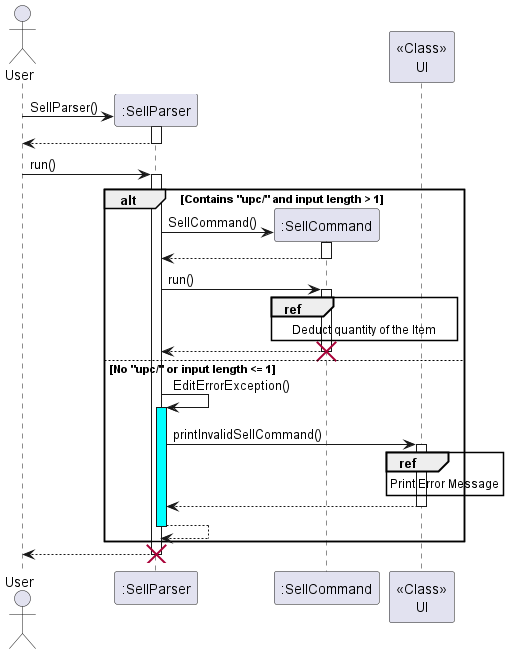
This is docs/UML/Sell/SellParser.png from nus-cs2113-AY2223S2/tp, a PlantUML export, as it was before one commit.
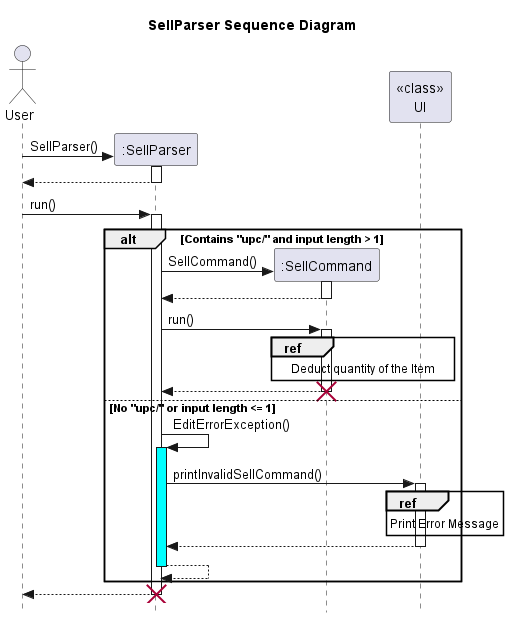
The same file after the commit.

The edit, as a diff of the source:
```diff
@@ -1,5 +1,7 @@
 @startuml
+title SellParser Sequence Diagram
 
+skinparam style strictuml
 actor User
 participant ":SellParser"
 User -> ":SellParser"**:SellParser()
@@ -17,18 +19,18 @@
     deactivate ":SellCommand"
     ":SellParser" -> ":SellCommand":run()
     activate ":SellCommand"
-    ref over ":SellCommand","<<Class>>\nUI": Deduct quantity of the Item
+    ref over ":SellCommand","<<class>>\nUI": Deduct quantity of the Item
     ":SellCommand"-->":SellParser":
     deactivate ":SellCommand"
     destroy ":SellCommand"
 else No "upc/" or input length <= 1
     ":SellParser"->":SellParser": EditErrorException()
     activate ":SellParser" #Cyan
-    ":SellParser"->"<<Class>>\nUI":printInvalidSellCommand()
-    activate "<<Class>>\nUI"
-    ref over "<<Class>>\nUI":Print Error Message
-    "<<Class>>\nUI"-->":SellParser":
-    deactivate "<<Class>>\nUI"
+    ":SellParser"->"<<class>>\nUI":printInvalidSellCommand()
+    activate "<<class>>\nUI"
+    ref over "<<class>>\nUI":Print Error Message
+    "<<class>>\nUI"-->":SellParser":
+    deactivate "<<class>>\nUI"
     ":SellParser"-->":SellParser":
     deactivate ":SellParser"
 end
```
